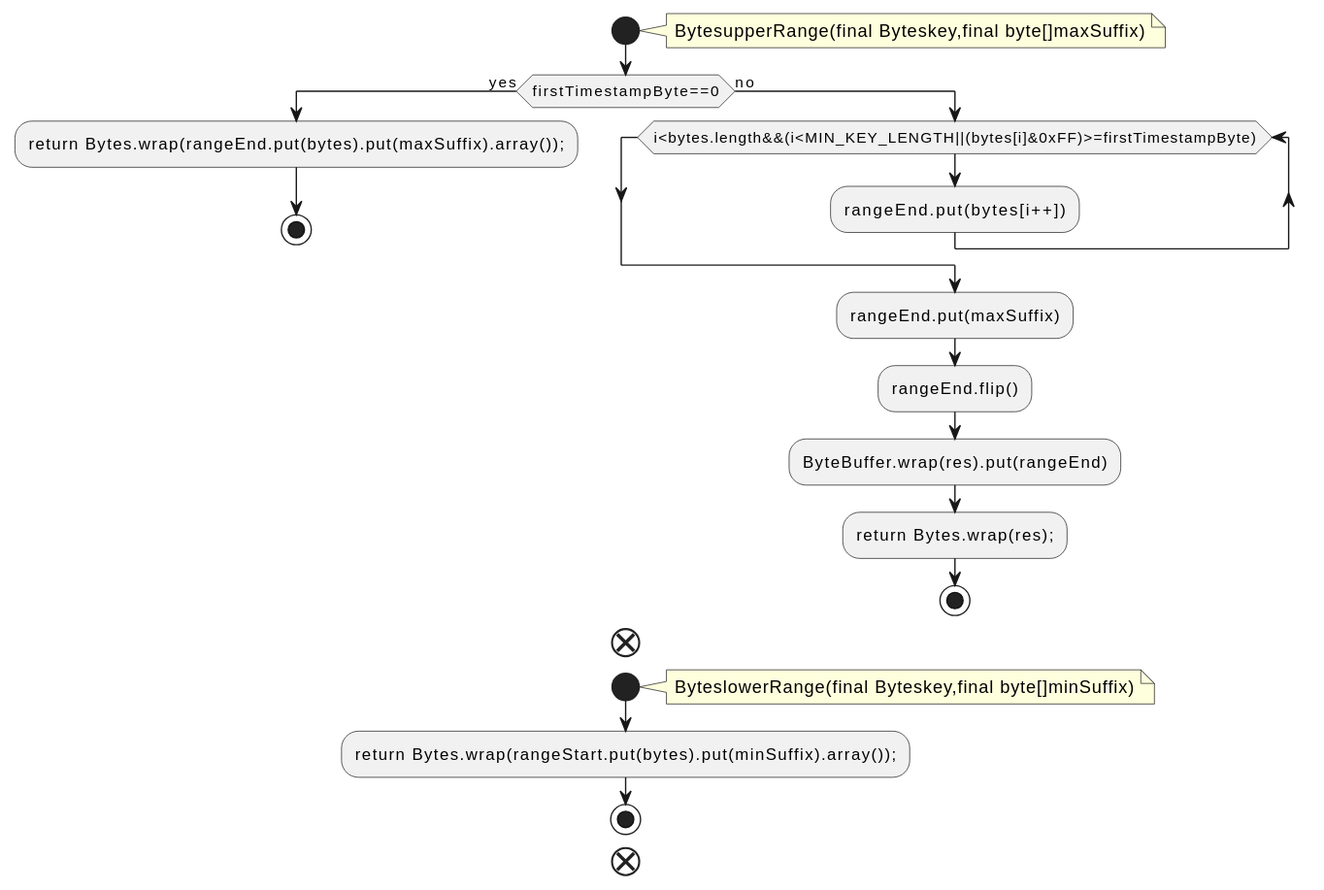
This is docs/qc/streams/src/main/java/org/apache/kafka/streams/state/internals/OrderedBytes.java.fct.svg from qualitesys/kafka, a PlantUML export, as it was before one commit.
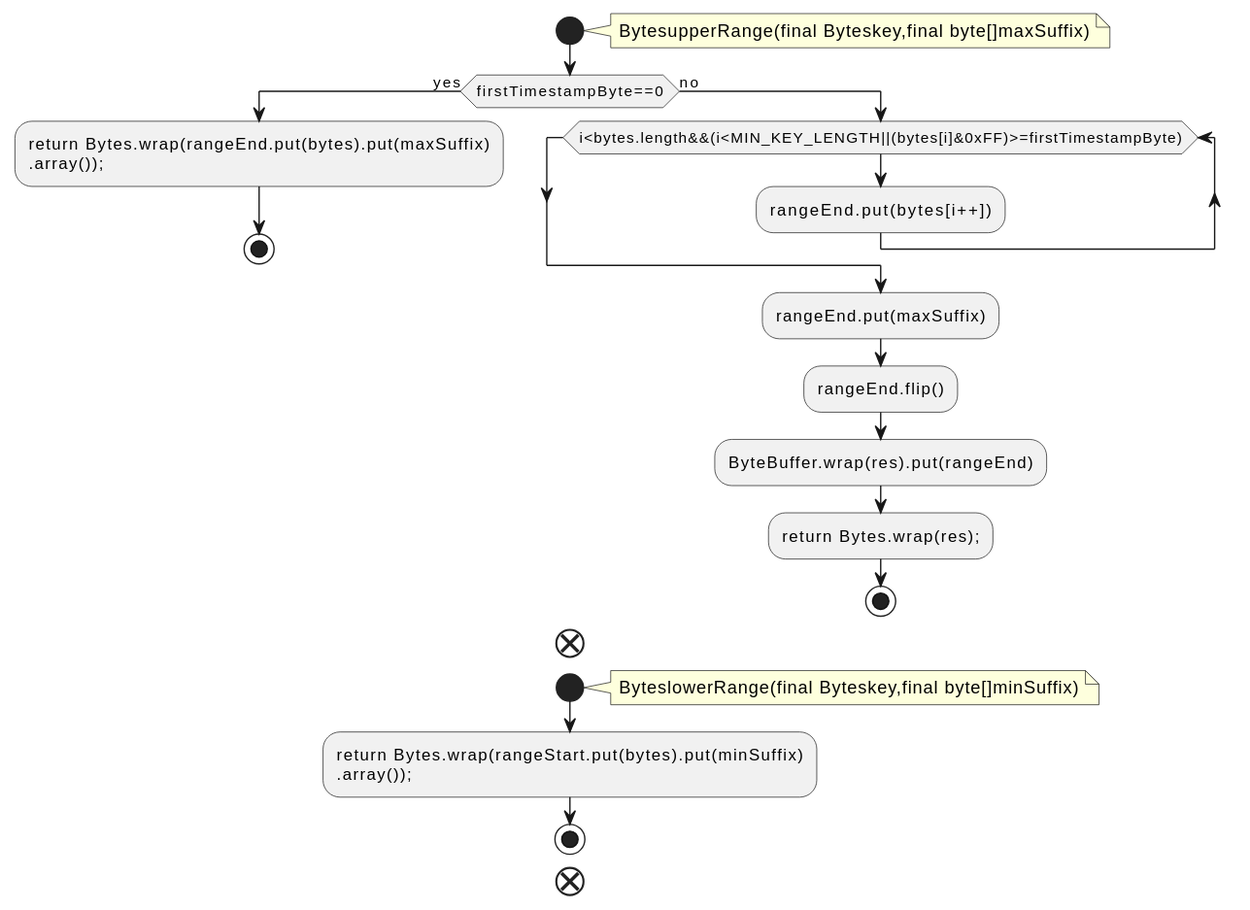
The same diagram one commit later.

Diff of the diagram source:
```diff
@@ -5,7 +5,8 @@
 BytesupperRange(final Byteskey,final byte[]maxSuffix)
 end note
 if (firstTimestampByte==0) then (yes)
-:return Bytes.wrap(rangeEnd.put(bytes).put(maxSuffix).array());;
+:return Bytes.wrap(rangeEnd.put(bytes).put(maxSuffix)
+.array());;
 stop
 else (no)
 while (i<bytes.length&&(i<MIN_KEY_LENGTH||(bytes[i]&0xFF)>=firstTimestampByte))
@@ -22,7 +23,8 @@
 note right
 ByteslowerRange(final Byteskey,final byte[]minSuffix)
 end note
-:return Bytes.wrap(rangeStart.put(bytes).put(minSuffix).array());;
+:return Bytes.wrap(rangeStart.put(bytes).put(minSuffix)
+.array());;
 stop
 end
 @enduml
```
